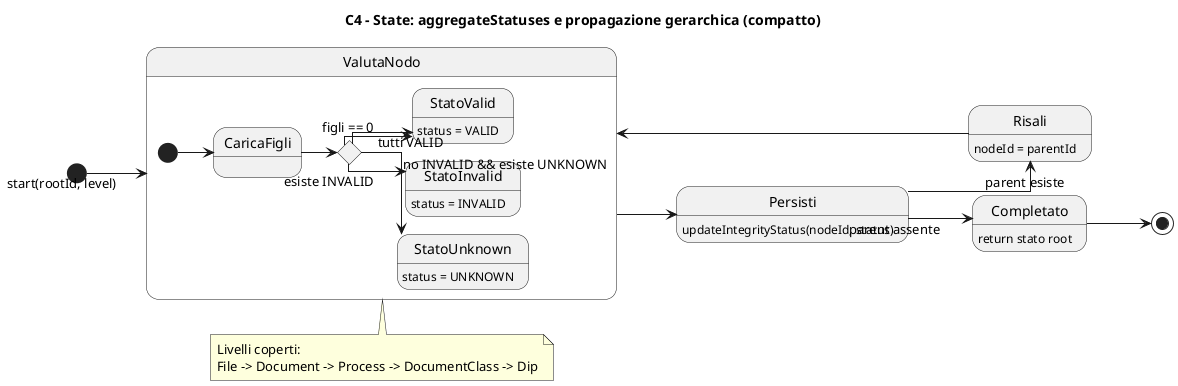
This is assets/outDiagrammiST/C4_Integrity_Aggregation_State.png from 7-ZPUs/Docs, a PlantUML export, as it was before one commit.
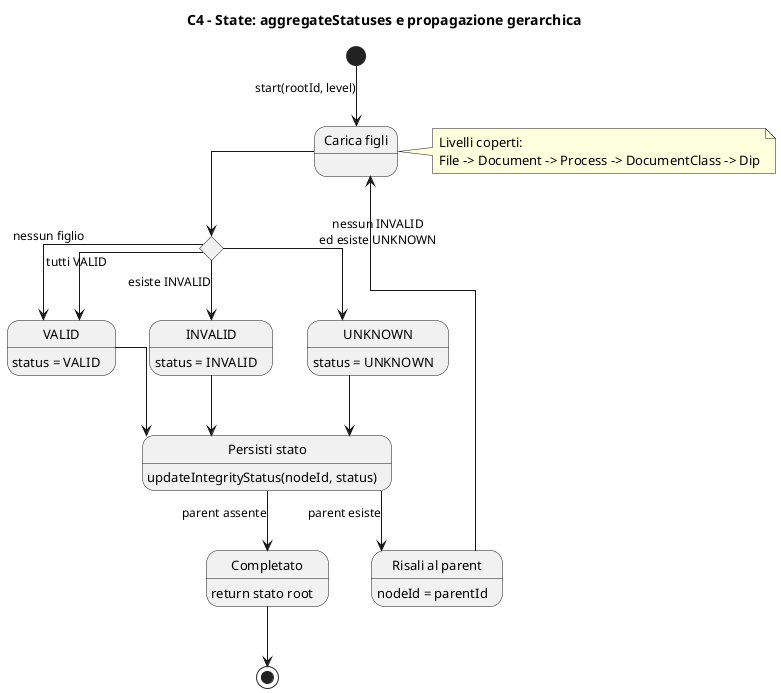
After the commit.

Diff of the diagram source:
```diff
@@ -1,40 +1,51 @@
 @startuml C4_Integrity_Aggregation_State
 
-title C4 - State: aggregateStatuses e propagazione gerarchica (compatto)
+title C4 - State: aggregateStatuses e propagazione gerarchica
 
-left to right direction
+top to bottom direction
 skinparam linetype ortho
-
-[*] --> ValutaNodo : start(rootId, level)
-
-state ValutaNodo {
-  [*] --> CaricaFigli
-  state Decisione <<choice>>
-
-  CaricaFigli --> Decisione
-  Decisione --> StatoValid : figli == 0
-  Decisione --> StatoInvalid : esiste INVALID
-  Decisione --> StatoUnknown : no INVALID && esiste UNKNOWN
-  Decisione --> StatoValid : tutti VALID
-
-  StatoValid : status = VALID
-  StatoInvalid : status = INVALID
-  StatoUnknown : status = UNKNOWN
+skinparam ArrowFontSize 12
+skinparam state {
+  FontSize 13
+  Padding 14
 }
 
-ValutaNodo --> Persisti
+state "Carica figli" as CaricaFigli
+state "Decidi stato" as Decisione <<choice>>
+state "VALID" as StatoValid
+state "INVALID" as StatoInvalid
+state "UNKNOWN" as StatoUnknown
+state "Persisti stato" as Persisti
+state "Risali al parent" as Risali
+state "Completato" as Completato
+
+[*] --> CaricaFigli : start(rootId, level)
+CaricaFigli --> Decisione
+
+Decisione --> StatoInvalid : esiste INVALID
+Decisione --> StatoUnknown : nessun INVALID\ned esiste UNKNOWN
+Decisione --> StatoValid : nessun figlio
+Decisione --> StatoValid : tutti VALID
+
+StatoValid : status = VALID
+StatoInvalid : status = INVALID
+StatoUnknown : status = UNKNOWN
+
+StatoValid --> Persisti
+StatoInvalid --> Persisti
+StatoUnknown --> Persisti
+
 Persisti : updateIntegrityStatus(nodeId, status)
-
 Persisti --> Risali : parent esiste
 Persisti --> Completato : parent assente
 
 Risali : nodeId = parentId
-Risali --> ValutaNodo
+Risali --> CaricaFigli
 
 Completato : return stato root
 Completato --> [*]
 
-note bottom of ValutaNodo
+note right of CaricaFigli
   Livelli coperti:
   File -> Document -> Process -> DocumentClass -> Dip
 end note
```
